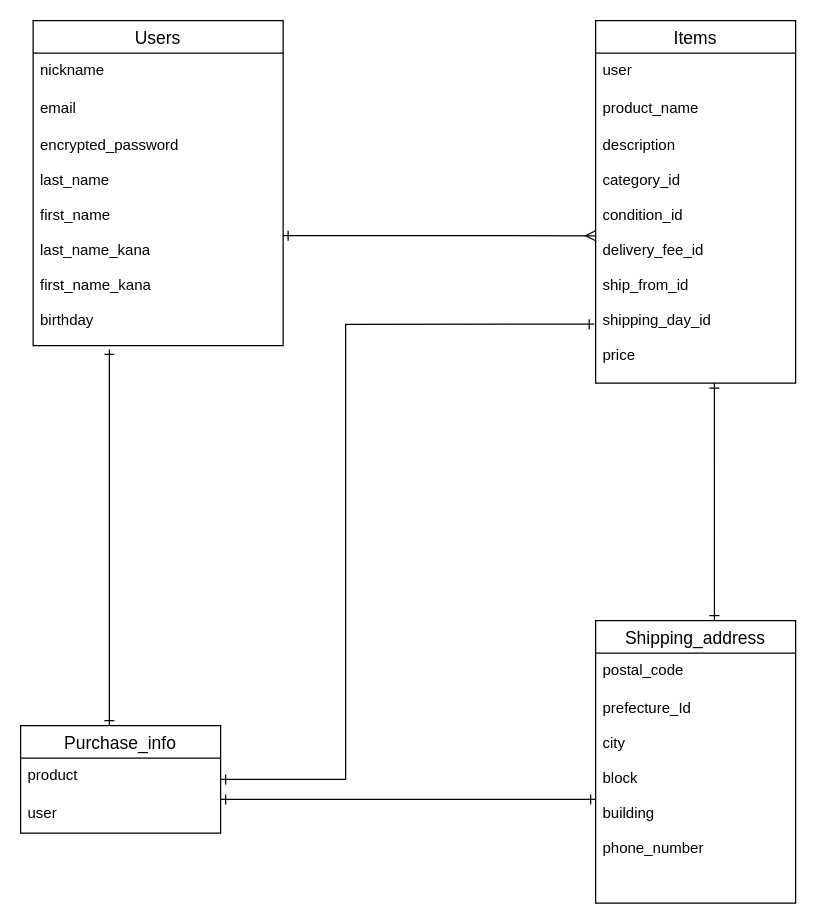
Before: furima.dio in sayura86/furima-36432, a draw.io diagram. Source tidied: cells renumbered, new cells numbered last; positions are measured from the earlier drawing's top-left corner, leaving out a move shared by most shapes. Both pictures are drawn from the tidied source at 125%, with x=0, y=0 at pixel (20, 20).
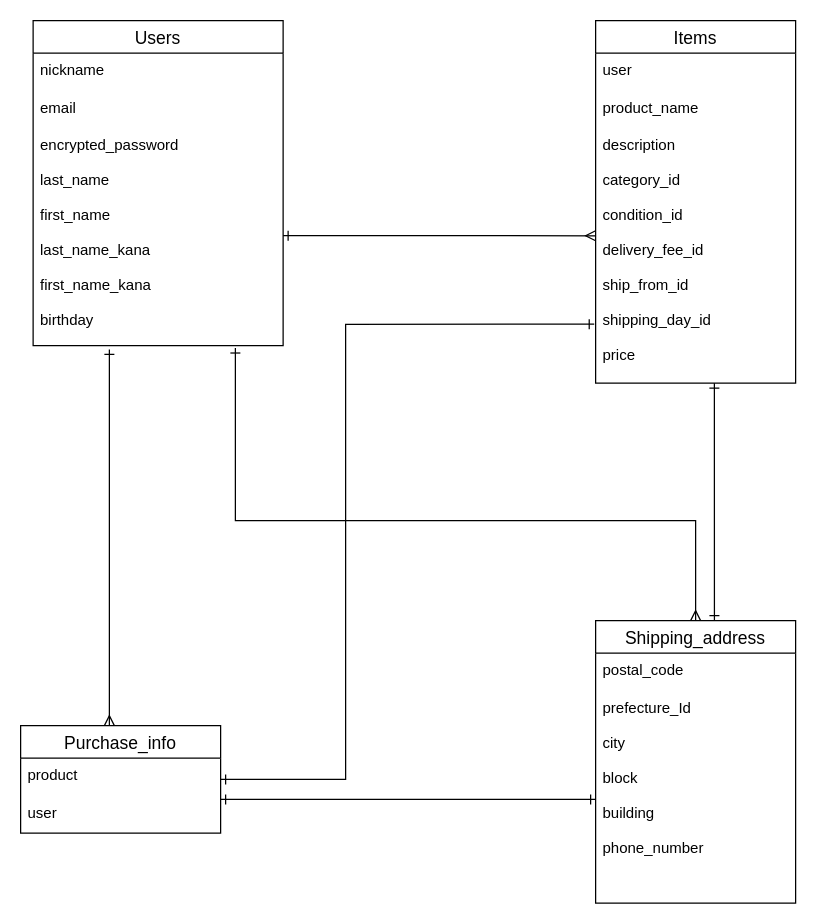
The same page after the edit.

Unchanged cells that the change refers to:
```xml
<mxCell id="9" value="encrypted_password&#10;&#10;last_name&#10;&#10;first_name&#10;&#10;last_name_kana&#10;&#10;first_name_kana&#10;&#10;birthday" style="text;strokeColor=none;fillColor=none;spacingLeft=4;spacingRight=4;overflow=hidden;points=[[0,0.5],[1,0.5]];portConstraint=eastwest;fontSize=12;" parent="6" vertex="1">
  <mxGeometry y="86" width="200" height="174" as="geometry" />
</mxCell>
<mxCell id="14" value="Shipping_address" style="swimlane;fontStyle=0;horizontal=1;startSize=26;align=center;fontSize=14;" parent="1" vertex="1">
  <mxGeometry x="460" y="480" width="160" height="226" as="geometry" />
</mxCell>
```

Change to the diagram source:
```diff
@@
+    <mxCell id="21" style="edgeStyle=orthogonalEdgeStyle;rounded=0;jettySize=auto;html=1;entryX=0.809;entryY=1.011;entryDx=0;entryDy=0;entryPerimeter=0;endArrow=ERone;endFill=0;startArrow=ERmany;startFill=0;" parent="1" edge="1" source="14" target="9">
+      <mxGeometry relative="1" as="geometry">
+        <Array as="points">
+          <mxPoint x="540" y="400" />
+          <mxPoint x="172" y="400" />
+        </Array>
+      </mxGeometry>
+    </mxCell>
@@
-    <mxCell id="19" style="edgeStyle=orthogonalEdgeStyle;rounded=0;orthogonalLoop=1;jettySize=auto;html=1;entryX=0.305;entryY=1.017;entryDx=0;entryDy=0;entryPerimeter=0;startArrow=ERone;startFill=0;endArrow=ERone;endFill=0;strokeWidth=1;" parent="1" edge="1">
+    <mxCell id="19" style="edgeStyle=orthogonalEdgeStyle;rounded=0;orthogonalLoop=1;jettySize=auto;html=1;entryX=0.305;entryY=1.017;entryDx=0;entryDy=0;entryPerimeter=0;startArrow=ERmany;startFill=0;endArrow=ERone;endFill=0;strokeWidth=1;" parent="1" edge="1">
       <mxGeometry relative="1" as="geometry">
         <mxPoint x="71" y="564" as="sourcePoint" />
         <mxPoint x="71" y="263" as="targetPoint" />
         <Array as="points">
           <mxPoint x="71" y="430" />
           <mxPoint x="71" y="430" />
         </Array>
       </mxGeometry>
     </mxCell>
```
